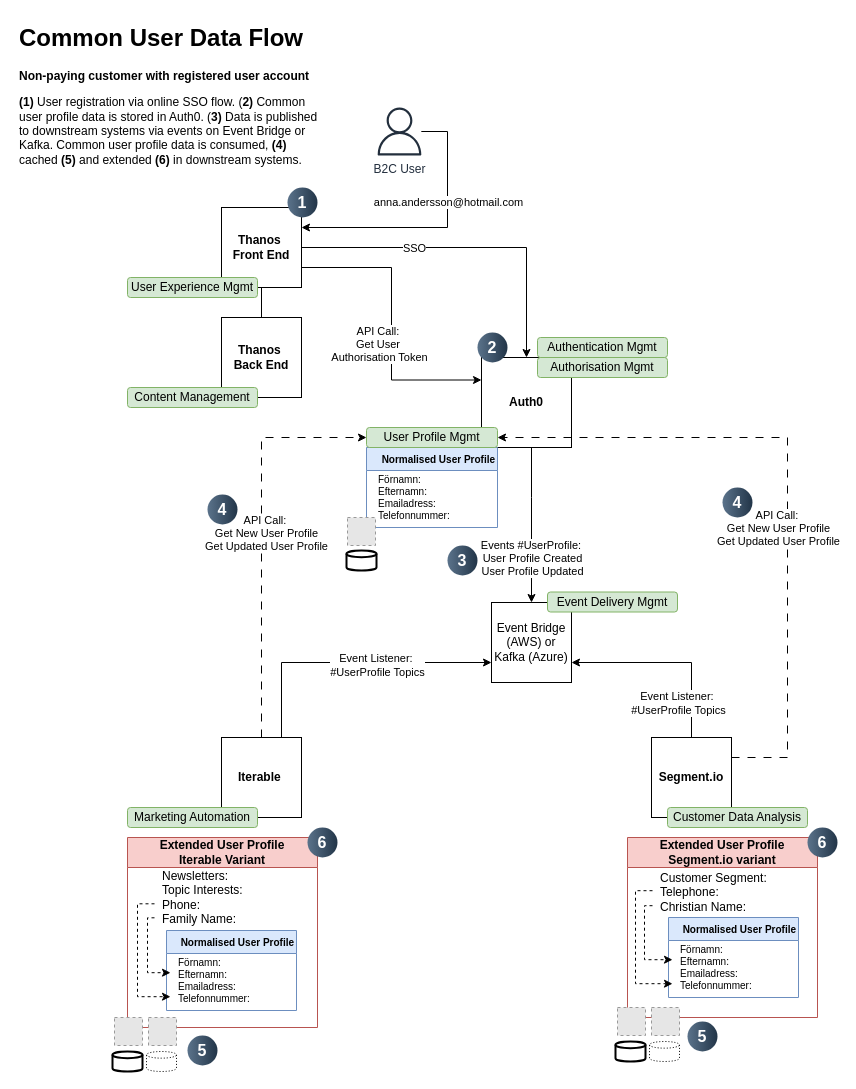
SLM-Development/diagrams keeps this draw.io diagram as page "Non-paying customers" (1 of 2) of Customer user data flow - to-be scenario.drawio. Above is the earlier version. Source tidied: cells renumbered, new cells numbered last; positions are measured from the earlier drawing's top-left corner, leaving out a move shared by most shapes. Both pictures are drawn from the tidied source at 100%, with x=0, y=0 at pixel (17, 17). Pictures stored in the file or linked from it are replaced by grey dashed boxes.
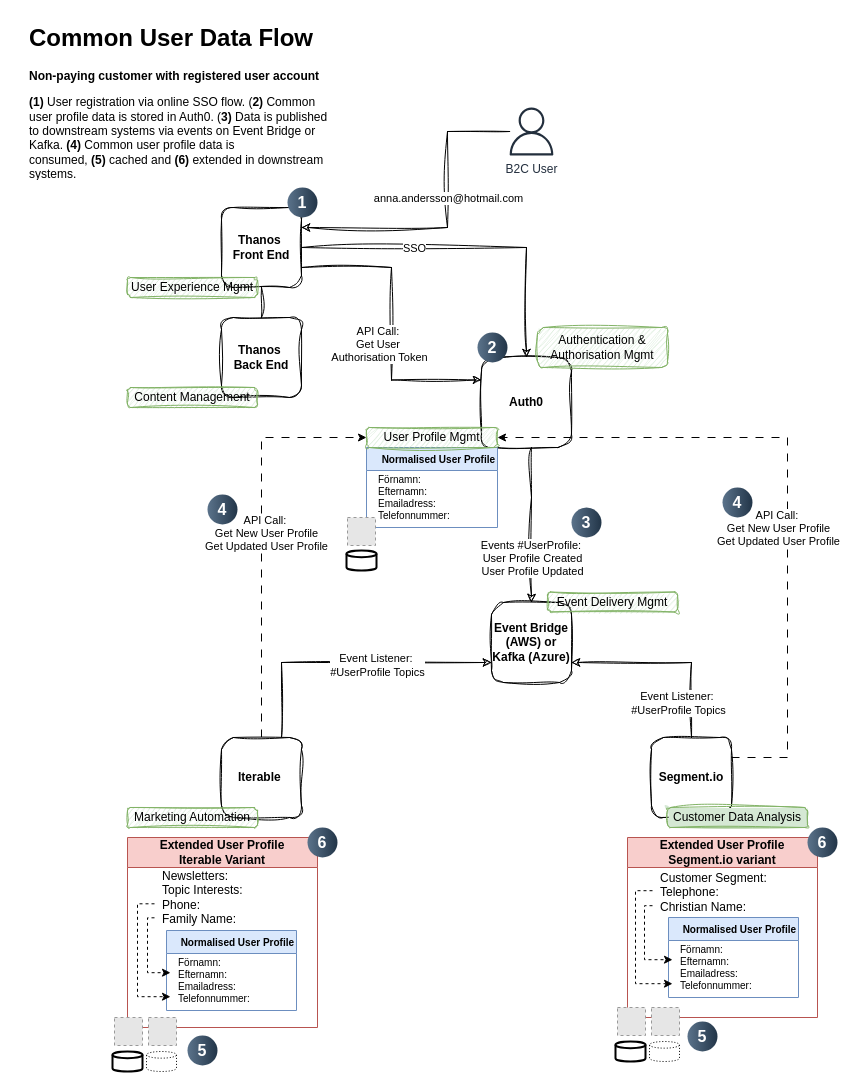
Above is the later version.

The edit, as a diff of the source:
```diff
@@
-    <mxCell id="2" style="edgeStyle=orthogonalEdgeStyle;rounded=0;jettySize=auto;html=1;exitX=1;exitY=0.5;exitDx=0;exitDy=0;entryX=0.5;entryY=0;entryDx=0;entryDy=0;strokeColor=#000000;" parent="1" edge="1" source="4" target="7">
+    <mxCell id="2" style="edgeStyle=orthogonalEdgeStyle;rounded=0;jettySize=auto;html=1;exitX=1;exitY=0.5;exitDx=0;exitDy=0;entryX=0.5;entryY=0;entryDx=0;entryDy=0;strokeColor=#000000;sketch=1;curveFitting=1;jiggle=2;" parent="1" edge="1" source="4" target="7">
       <mxGeometry relative="1" as="geometry" />
     </mxCell>
@@
-    <mxCell id="4" value="Thanos&amp;nbsp;&lt;div&gt;Front End&lt;/div&gt;" style="whiteSpace=wrap;html=1;strokeColor=#000000;fontStyle=1;" parent="1" vertex="1">
+    <mxCell id="4" value="Thanos&amp;nbsp;&lt;div&gt;Front End&lt;/div&gt;" style="whiteSpace=wrap;html=1;strokeColor=#000000;fontStyle=1;rounded=1;sketch=1;curveFitting=1;jiggle=2;" parent="1" vertex="1">
       <mxGeometry x="204" y="190" width="80" height="80" as="geometry" />
     </mxCell>
-    <mxCell id="5" style="edgeStyle=orthogonalEdgeStyle;rounded=0;jettySize=auto;html=1;entryX=0.5;entryY=0;entryDx=0;entryDy=0;strokeColor=#000000;" parent="1" edge="1" source="7" target="14">
+    <mxCell id="5" style="edgeStyle=orthogonalEdgeStyle;rounded=0;jettySize=auto;html=1;entryX=0.5;entryY=0;entryDx=0;entryDy=0;strokeColor=#000000;sketch=1;curveFitting=1;jiggle=2;" parent="1" edge="1" source="7" target="14">
       <mxGeometry relative="1" as="geometry">
         <Array as="points">
           <mxPoint x="514" y="480" />
           <mxPoint x="514" y="480" />
         </Array>
       </mxGeometry>
     </mxCell>
@@
-    <mxCell id="7" value="Auth0" style="whiteSpace=wrap;html=1;strokeColor=#000000;fontStyle=1;" parent="1" vertex="1">
+    <mxCell id="7" value="Auth0" style="whiteSpace=wrap;html=1;strokeColor=#000000;fontStyle=1;rounded=1;sketch=1;curveFitting=1;jiggle=2;" parent="1" vertex="1">
       <mxGeometry x="464" y="340" width="90" height="90" as="geometry" />
     </mxCell>
-    <mxCell id="8" style="edgeStyle=orthogonalEdgeStyle;rounded=0;jettySize=auto;html=1;exitX=0.5;exitY=0;exitDx=0;exitDy=0;strokeColor=#000000;dashed=1;dashPattern=8 8;entryX=0;entryY=0.5;entryDx=0;entryDy=0;" parent="1" edge="1" source="12" target="42">
+    <mxCell id="8" style="edgeStyle=orthogonalEdgeStyle;rounded=0;jettySize=auto;html=1;exitX=0.5;exitY=0;exitDx=0;exitDy=0;strokeColor=#000000;dashed=1;dashPattern=8 8;entryX=0;entryY=0.5;entryDx=0;entryDy=0;flowAnimation=1;" parent="1" edge="1" source="12" target="42">
       <mxGeometry relative="1" as="geometry">
         <Array as="points">
           <mxPoint x="244" y="420" />
         </Array>
       </mxGeometry>
     </mxCell>
@@
-    <mxCell id="10" style="edgeStyle=orthogonalEdgeStyle;rounded=0;jettySize=auto;html=1;exitX=0.75;exitY=0;exitDx=0;exitDy=0;entryX=0;entryY=0.75;entryDx=0;entryDy=0;strokeColor=#000000;" parent="1" edge="1" source="12" target="14">
+    <mxCell id="10" style="edgeStyle=orthogonalEdgeStyle;rounded=0;jettySize=auto;html=1;exitX=0.75;exitY=0;exitDx=0;exitDy=0;entryX=0;entryY=0.75;entryDx=0;entryDy=0;strokeColor=#000000;sketch=1;curveFitting=1;jiggle=2;" parent="1" edge="1" source="12" target="14">
       <mxGeometry relative="1" as="geometry" />
     </mxCell>
@@
-    <mxCell id="12" value="&lt;div&gt;Iterable&amp;nbsp;&lt;/div&gt;" style="whiteSpace=wrap;html=1;strokeColor=#000000;fontStyle=1;" parent="1" vertex="1">
+    <mxCell id="12" value="&lt;div&gt;Iterable&amp;nbsp;&lt;/div&gt;" style="whiteSpace=wrap;html=1;strokeColor=#000000;fontStyle=1;rounded=1;sketch=1;curveFitting=1;jiggle=2;" parent="1" vertex="1">
       <mxGeometry x="204" y="720" width="80" height="80" as="geometry" />
     </mxCell>
-    <mxCell id="13" value="Segment.io" style="whiteSpace=wrap;html=1;strokeColor=#000000;fontStyle=1;" parent="1" vertex="1">
+    <mxCell id="13" value="Segment.io" style="whiteSpace=wrap;html=1;strokeColor=#000000;fontStyle=1;rounded=1;sketch=1;curveFitting=1;jiggle=2;" parent="1" vertex="1">
       <mxGeometry x="634" y="720" width="80" height="80" as="geometry" />
     </mxCell>
-    <mxCell id="14" value="Event Bridge (AWS) or Kafka (Azure)" style="whiteSpace=wrap;html=1;strokeColor=#000000;" parent="1" vertex="1">
+    <mxCell id="14" value="Event Bridge (AWS) or Kafka (Azure)" style="whiteSpace=wrap;html=1;strokeColor=#000000;fontStyle=1;rounded=1;sketch=1;curveFitting=1;jiggle=2;" parent="1" vertex="1">
       <mxGeometry x="474" y="585" width="80" height="80" as="geometry" />
     </mxCell>
-    <mxCell id="15" style="edgeStyle=orthogonalEdgeStyle;rounded=0;jettySize=auto;html=1;exitX=0.5;exitY=0;exitDx=0;exitDy=0;entryX=1;entryY=0.75;entryDx=0;entryDy=0;strokeColor=#000000;" parent="1" edge="1" source="13" target="14">
+    <mxCell id="15" style="edgeStyle=orthogonalEdgeStyle;rounded=0;jettySize=auto;html=1;exitX=0.5;exitY=0;exitDx=0;exitDy=0;entryX=1;entryY=0.75;entryDx=0;entryDy=0;strokeColor=#000000;sketch=1;curveFitting=1;jiggle=2;" parent="1" edge="1" source="13" target="14">
       <mxGeometry relative="1" as="geometry" />
     </mxCell>
@@
-    <mxCell id="17" value="Marketing Automation" style="rounded=1;whiteSpace=wrap;html=1;fillColor=#d5e8d4;strokeColor=#82b366;" parent="1" vertex="1">
+    <mxCell id="17" value="Marketing Automation" style="rounded=1;whiteSpace=wrap;html=1;fillColor=#d5e8d4;strokeColor=#82b366;sketch=1;curveFitting=1;jiggle=2;" parent="1" vertex="1">
       <mxGeometry x="110" y="790" width="130" height="20" as="geometry" />
     </mxCell>
-    <mxCell id="18" value="Customer Data Analysis" style="rounded=1;whiteSpace=wrap;html=1;fillColor=#d5e8d4;strokeColor=#82b366;" parent="1" vertex="1">
+    <mxCell id="18" value="Customer Data Analysis" style="rounded=1;whiteSpace=wrap;html=1;fillColor=#d5e8d4;strokeColor=#82b366;sketch=1;curveFitting=1;jiggle=2;fillStyle=solid;" parent="1" vertex="1">
       <mxGeometry x="650" y="790" width="140" height="20" as="geometry" />
     </mxCell>
-    <mxCell id="19" value="Authentication Mgmt" style="rounded=1;whiteSpace=wrap;html=1;fillColor=#d5e8d4;strokeColor=#82b366;" parent="1" vertex="1">
-      <mxGeometry x="520" y="320" width="130" height="20" as="geometry" />
-    </mxCell>
-    <mxCell id="20" value="Authorisation Mgmt" style="rounded=1;whiteSpace=wrap;html=1;fillColor=#d5e8d4;strokeColor=#82b366;" parent="1" vertex="1">
-      <mxGeometry x="520" y="340" width="130" height="20" as="geometry" />
-    </mxCell>
-    <mxCell id="21" value="Event Delivery Mgmt" style="rounded=1;whiteSpace=wrap;html=1;fillColor=#d5e8d4;strokeColor=#82b366;" parent="1" vertex="1">
+    <mxCell id="21" value="Event Delivery Mgmt" style="rounded=1;whiteSpace=wrap;html=1;fillColor=#d5e8d4;strokeColor=#82b366;sketch=1;curveFitting=1;jiggle=2;" parent="1" vertex="1">
       <mxGeometry x="530" y="574.5" width="130" height="20" as="geometry" />
     </mxCell>
-    <mxCell id="22" value="User Experience Mgmt" style="rounded=1;whiteSpace=wrap;html=1;fillColor=#d5e8d4;strokeColor=#82b366;" parent="1" vertex="1">
+    <mxCell id="22" value="User Experience Mgmt" style="rounded=1;whiteSpace=wrap;html=1;fillColor=#d5e8d4;strokeColor=#82b366;sketch=1;curveFitting=1;jiggle=2;" parent="1" vertex="1">
       <mxGeometry x="110" y="260" width="130" height="20" as="geometry" />
     </mxCell>
-    <mxCell id="23" style="edgeStyle=orthogonalEdgeStyle;rounded=0;jettySize=auto;html=1;entryX=0;entryY=0.25;entryDx=0;entryDy=0;exitX=1;exitY=0.75;exitDx=0;exitDy=0;" parent="1" edge="1" source="4" target="7">
+    <mxCell id="23" style="edgeStyle=orthogonalEdgeStyle;rounded=0;jettySize=auto;html=1;entryX=0;entryY=0.25;entryDx=0;entryDy=0;exitX=1;exitY=0.75;exitDx=0;exitDy=0;sketch=1;curveFitting=1;jiggle=2;" parent="1" edge="1" source="4" target="7">
       <mxGeometry relative="1" as="geometry" />
     </mxCell>
@@
-    <mxCell id="25" value="Thanos&amp;nbsp;&lt;div&gt;Back End&lt;/div&gt;" style="whiteSpace=wrap;html=1;strokeColor=#000000;fontStyle=1;" parent="1" vertex="1">
+    <mxCell id="25" value="Thanos&amp;nbsp;&lt;div&gt;Back End&lt;/div&gt;" style="whiteSpace=wrap;html=1;strokeColor=#000000;fontStyle=1;rounded=1;sketch=1;curveFitting=1;jiggle=2;" parent="1" vertex="1">
       <mxGeometry x="204" y="300" width="80" height="80" as="geometry" />
     </mxCell>
-    <mxCell id="26" value="Content Management" style="rounded=1;whiteSpace=wrap;html=1;fillColor=#d5e8d4;strokeColor=#82b366;" parent="1" vertex="1">
+    <mxCell id="26" value="Content Management" style="rounded=1;whiteSpace=wrap;html=1;fillColor=#d5e8d4;strokeColor=#82b366;sketch=1;curveFitting=1;jiggle=2;" parent="1" vertex="1">
       <mxGeometry x="110" y="370" width="130" height="20" as="geometry" />
     </mxCell>
-    <mxCell id="27" style="endArrow=none;html=1;rounded=0;entryX=0.5;entryY=1;entryDx=0;entryDy=0;exitX=0.5;exitY=0;exitDx=0;exitDy=0;" parent="1" edge="1" source="25" target="4">
+    <mxCell id="27" style="endArrow=none;html=1;rounded=0;entryX=0.5;entryY=1;entryDx=0;entryDy=0;exitX=0.5;exitY=0;exitDx=0;exitDy=0;sketch=1;curveFitting=1;jiggle=2;" parent="1" edge="1" source="25" target="4">
       <mxGeometry relative="1" as="geometry" />
     </mxCell>
@@
-    <mxCell id="42" value="User Profile Mgmt" style="rounded=1;whiteSpace=wrap;html=1;fillColor=#d5e8d4;strokeColor=#82b366;" parent="1" vertex="1">
+    <mxCell id="42" value="User Profile Mgmt" style="rounded=1;whiteSpace=wrap;html=1;fillColor=#d5e8d4;strokeColor=#82b366;sketch=1;curveFitting=1;jiggle=2;" parent="1" vertex="1">
       <mxGeometry x="349" y="410" width="131" height="20" as="geometry" />
     </mxCell>
-    <mxCell id="43" style="edgeStyle=orthogonalEdgeStyle;rounded=0;jettySize=auto;html=1;exitX=1;exitY=0.25;exitDx=0;exitDy=0;strokeColor=#000000;dashed=1;dashPattern=8 8;entryX=1;entryY=0.5;entryDx=0;entryDy=0;" parent="1" edge="1" source="13" target="42">
+    <mxCell id="43" style="edgeStyle=orthogonalEdgeStyle;rounded=0;jettySize=auto;html=1;exitX=1;exitY=0.25;exitDx=0;exitDy=0;strokeColor=#000000;dashed=1;dashPattern=8 8;entryX=1;entryY=0.5;entryDx=0;entryDy=0;flowAnimation=1;" parent="1" edge="1" source="13" target="42">
       <mxGeometry relative="1" as="geometry">
         <Array as="points">
           <mxPoint x="770" y="740" />
           <mxPoint x="770" y="420" />
         </Array>
       </mxGeometry>
     </mxCell>
@@
-    <mxCell id="46" style="edgeStyle=orthogonalEdgeStyle;rounded=0;jettySize=auto;html=1;entryX=1;entryY=0.25;entryDx=0;entryDy=0;" parent="1" edge="1" source="48" target="4">
+    <mxCell id="46" style="edgeStyle=orthogonalEdgeStyle;rounded=0;jettySize=auto;html=1;entryX=1;entryY=0.25;entryDx=0;entryDy=0;sketch=1;curveFitting=1;jiggle=2;" parent="1" edge="1" source="48" target="4">
       <mxGeometry relative="1" as="geometry">
         <Array as="points">
           <mxPoint x="430" y="114" />
           <mxPoint x="430" y="210" />
         </Array>
       </mxGeometry>
     </mxCell>
     <mxCell id="47" value="anna.andersson@hotmail.com" style="edgeLabel;html=1;align=center;verticalAlign=middle;" parent="46" vertex="1">
       <mxGeometry x="-0.37" y="-2" relative="1" as="geometry">
-        <mxPoint x="2" y="13" as="offset" />
+        <mxPoint x="2" y="33" as="offset" />
       </mxGeometry>
     </mxCell>
     <mxCell id="48" value="B2C User" style="sketch=0;outlineConnect=0;fontColor=#232F3E;gradientColor=none;fillColor=#232F3D;strokeColor=none;dashed=0;verticalLabelPosition=bottom;verticalAlign=top;align=center;html=1;fontSize=12;fontStyle=0;shape=mxgraph.aws4.user;" parent="1" vertex="1">
-      <mxGeometry x="358" y="90" width="48" height="48" as="geometry" />
+      <mxGeometry x="490" y="90" width="48" height="48" as="geometry" />
     </mxCell>
@@
-    <mxCell id="52" value="&lt;h1 style=&quot;margin-top: 0px;&quot;&gt;Common User Data Flow&lt;/h1&gt;&lt;p&gt;&lt;b&gt;Non-paying customer with registered user account&lt;/b&gt;&lt;/p&gt;&lt;p&gt;&lt;b&gt;(1) &lt;/b&gt;User registration via online SSO flow. (&lt;b&gt;2)&lt;/b&gt; Common user profile data is stored in Auth0. (&lt;b&gt;3)&lt;/b&gt; Data is published to downstream systems via events on Event Bridge or Kafka. Common user profile data is consumed, &lt;b&gt;(4)&lt;/b&gt; cached&amp;nbsp;&lt;b&gt;(5)&lt;/b&gt; and extended &lt;b&gt;(6)&lt;/b&gt; in downstream systems.&lt;/p&gt;" style="text;html=1;whiteSpace=wrap;overflow=hidden;rounded=0;" parent="1" vertex="1">
-      <mxGeometry width="310" height="160" as="geometry" />
+    <mxCell id="52" value="&lt;h1 style=&quot;margin-top: 0px;&quot;&gt;Common User Data Flow&lt;/h1&gt;&lt;p&gt;&lt;b&gt;Non-paying customer with registered user account&lt;/b&gt;&lt;/p&gt;&lt;p&gt;&lt;b&gt;(1) &lt;/b&gt;User registration via online SSO flow. (&lt;b&gt;2)&lt;/b&gt; Common user profile data is stored in Auth0. (&lt;b&gt;3)&lt;/b&gt; Data is published to downstream systems via events on Event Bridge or Kafka.&amp;nbsp;&lt;b&gt;(4)&lt;/b&gt;&amp;nbsp;Common user profile data is consumed,&amp;nbsp;&lt;b&gt;(5)&amp;nbsp;&lt;/b&gt;cached&amp;nbsp;and&amp;nbsp;&lt;b&gt;(6)&amp;nbsp;&lt;/b&gt;extended in downstream systems.&lt;/p&gt;" style="text;html=1;whiteSpace=wrap;overflow=hidden;rounded=0;" parent="1" vertex="1">
+      <mxGeometry x="10" width="310" height="160" as="geometry" />
     </mxCell>
@@
     <mxCell id="55" value="3" style="ellipse;whiteSpace=wrap;html=1;rotation=0;gradientColor=#223548;strokeColor=none;gradientDirection=east;fillColor=#5b738b;rounded=0;fontFamily=Helvetica;fontSize=16;fontColor=#FFFFFF;spacingTop=4;spacingBottom=4;spacingLeft=4;spacingRight=4;fontStyle=1;" parent="1" vertex="1">
-      <mxGeometry x="430" y="528" width="30" height="30" as="geometry" />
+      <mxGeometry x="554" y="490" width="30" height="30" as="geometry" />
     </mxCell>
@@
+    <mxCell id="69" value="Authentication &amp;amp; Authorisation Mgmt" style="rounded=1;whiteSpace=wrap;html=1;fillColor=#d5e8d4;strokeColor=#82b366;sketch=1;curveFitting=1;jiggle=2;" parent="1" vertex="1">
+      <mxGeometry x="520" y="310" width="130" height="40" as="geometry" />
+    </mxCell>
```
